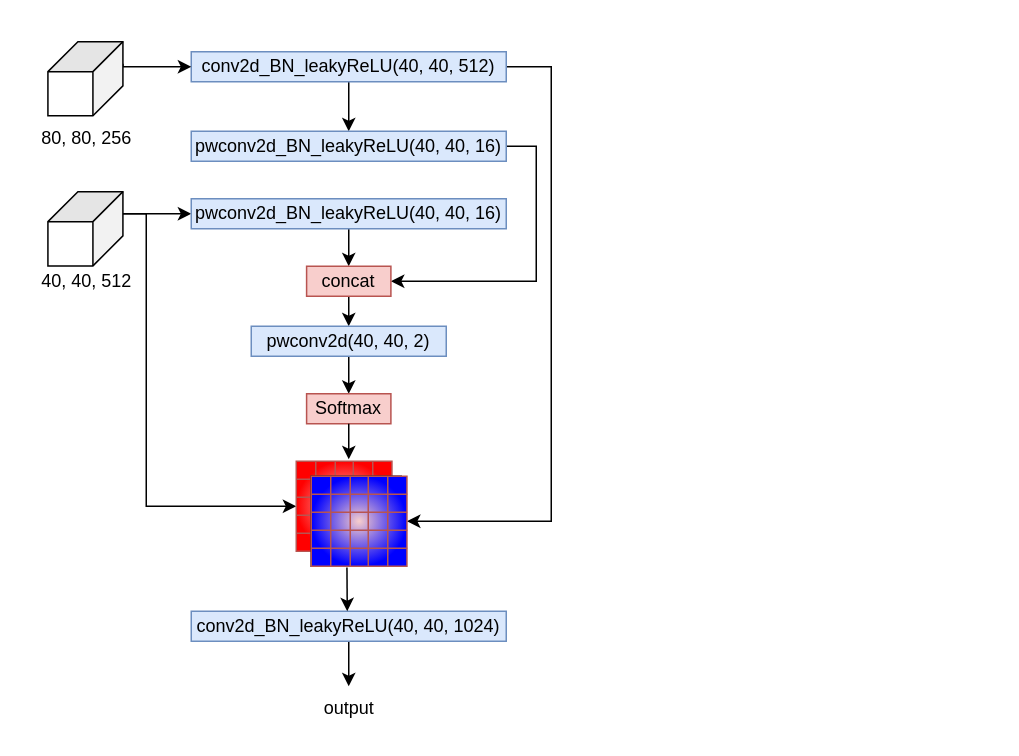
cvYouTian/Graph-of-Paper keeps this draw.io diagram as drawio/faster-YOLOv8/ASFFmodule.drawio. Above is the earlier version. Source tidied: cells renumbered, new cells numbered last; positions are measured from the earlier drawing's top-left corner, leaving out a move shared by most shapes. Both pictures are drawn from the tidied source at 150%, with x=0, y=0 at pixel (24, 26).
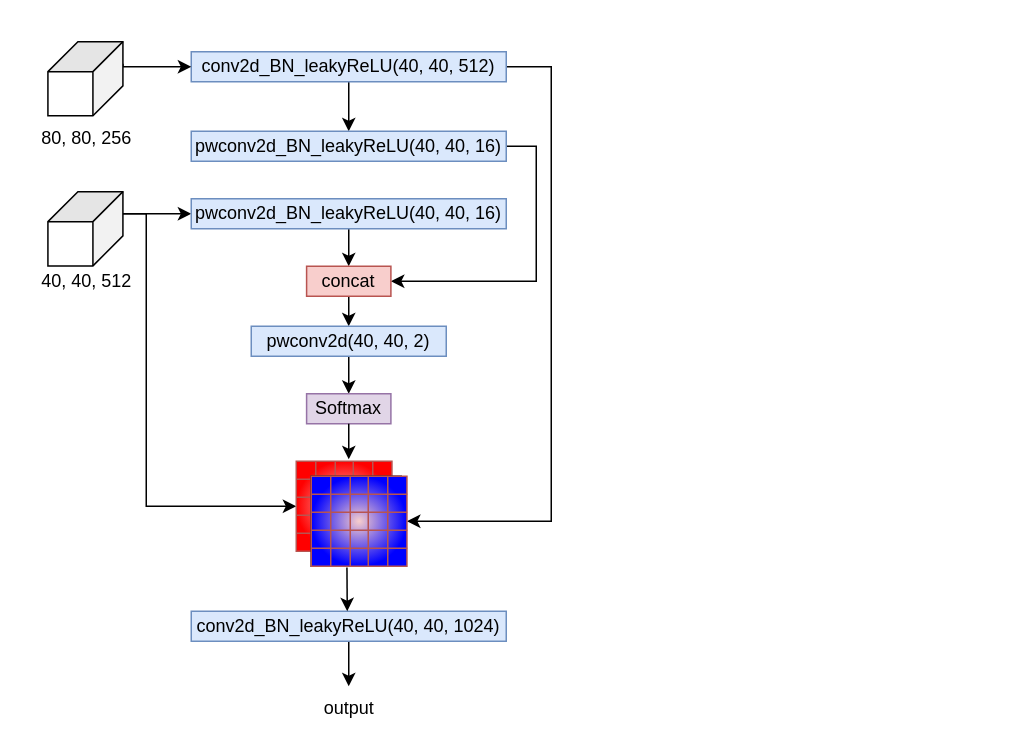
After the change.

Diff of the diagram source:
```diff
@@
-    <mxCell id="85" value="Softmax" style="rounded=0;whiteSpace=wrap;html=1;fillColor=#f8cecc;strokeColor=#b85450;" parent="1" vertex="1">
+    <mxCell id="85" value="Softmax" style="rounded=0;whiteSpace=wrap;html=1;fillColor=#e1d5e7;strokeColor=#9673a6;" parent="1" vertex="1">
       <mxGeometry x="187.9" y="245" width="56.2" height="20" as="geometry" />
     </mxCell>
```
